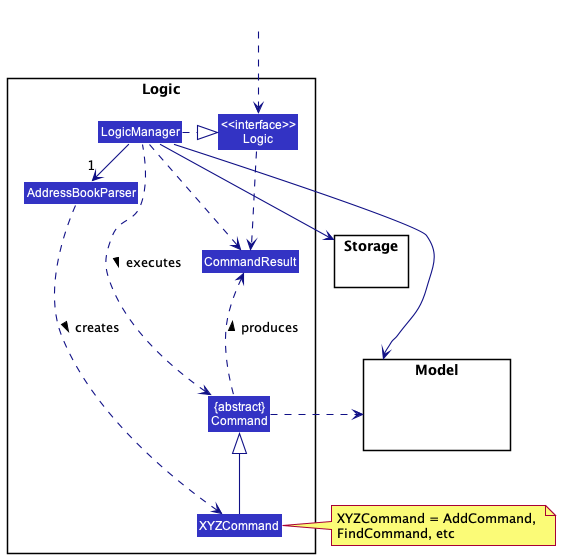
Earlier version of the PlantUML export docs/images/LogicClassDiagram.png (nus-cs2103-AY2223S2/tp). Source of this version:
```plantuml
@startuml
!include style.puml
skinparam arrowThickness 1.1
skinparam arrowColor LOGIC_COLOR_T4
skinparam classBackgroundColor LOGIC_COLOR

package Logic {

Class AddressBookParser
Class XYZCommand
Class CommandResult
Class "{abstract}\nCommand" as Command


Class "<<interface>>\nLogic" as Logic
Class LogicManager
}

package Model{
Class HiddenModel #FFFFFF
}

package Storage{
}

Class HiddenOutside #FFFFFF
HiddenOutside ..> Logic

LogicManager .right.|> Logic
LogicManager -right->"1" AddressBookParser
AddressBookParser ..> XYZCommand : creates >

XYZCommand -up-|> Command
LogicManager .left.> Command : executes >

LogicManager --> Model
LogicManager --> Storage
Storage --[hidden] Model
Command .[hidden]up.> Storage
Command .right.> Model
note right of XYZCommand: XYZCommand = AddCommand, \nFindCommand, etc

Logic ..> CommandResult
LogicManager .down.> CommandResult
Command .up.> CommandResult : produces >
@enduml
```
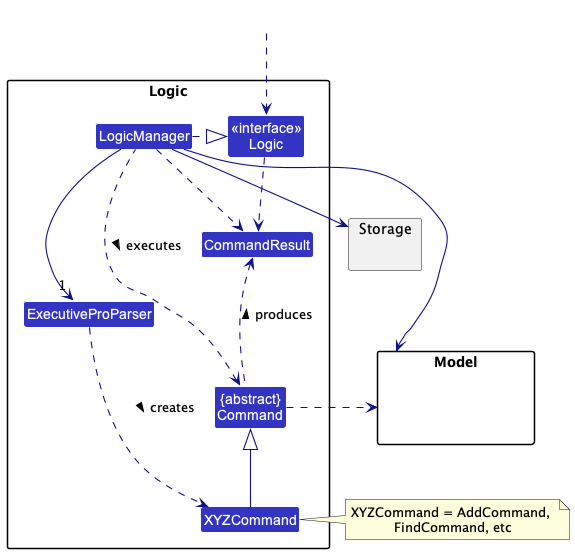
After the change.

Diff of the diagram source:
```diff
@@ -6,11 +6,10 @@
 
 package Logic {
 
-Class AddressBookParser
+Class ExecutiveProParser
 Class XYZCommand
 Class CommandResult
 Class "{abstract}\nCommand" as Command
-
 
 Class "<<interface>>\nLogic" as Logic
 Class LogicManager
@@ -24,11 +23,11 @@
 }
 
 Class HiddenOutside #FFFFFF
-HiddenOutside ..> Logic
+HiddenOutside ..> Logic.Logic
 
-LogicManager .right.|> Logic
-LogicManager -right->"1" AddressBookParser
-AddressBookParser ..> XYZCommand : creates >
+LogicManager .right.|> Logic.Logic
+LogicManager -down->"1" ExecutiveProParser
+ExecutiveProParser ..> XYZCommand : creates >
 
 XYZCommand -up-|> Command
 LogicManager .left.> Command : executes >
@@ -40,7 +39,7 @@
 Command .right.> Model
 note right of XYZCommand: XYZCommand = AddCommand, \nFindCommand, etc
 
-Logic ..> CommandResult
+Logic.Logic ..> CommandResult
 LogicManager .down.> CommandResult
 Command .up.> CommandResult : produces >
 @enduml
```
